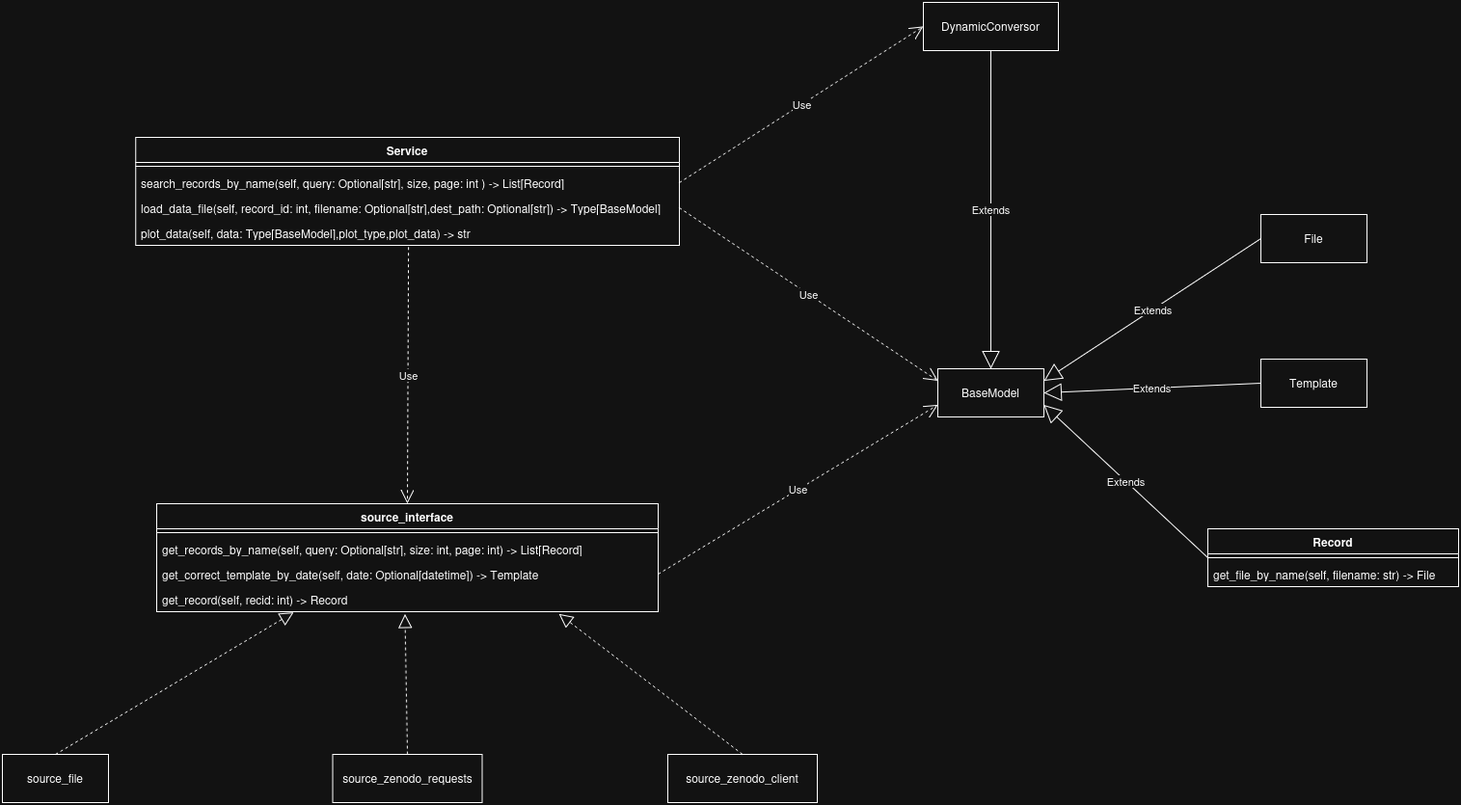
sergio-legazpi/hflav-python-library keeps this draw.io diagram as docs/Class Diagram.png. Above is the earlier version. Source tidied: cells renumbered, new cells last; positions are measured from the earlier drawing's top-left corner, leaving out a move shared by most shapes.
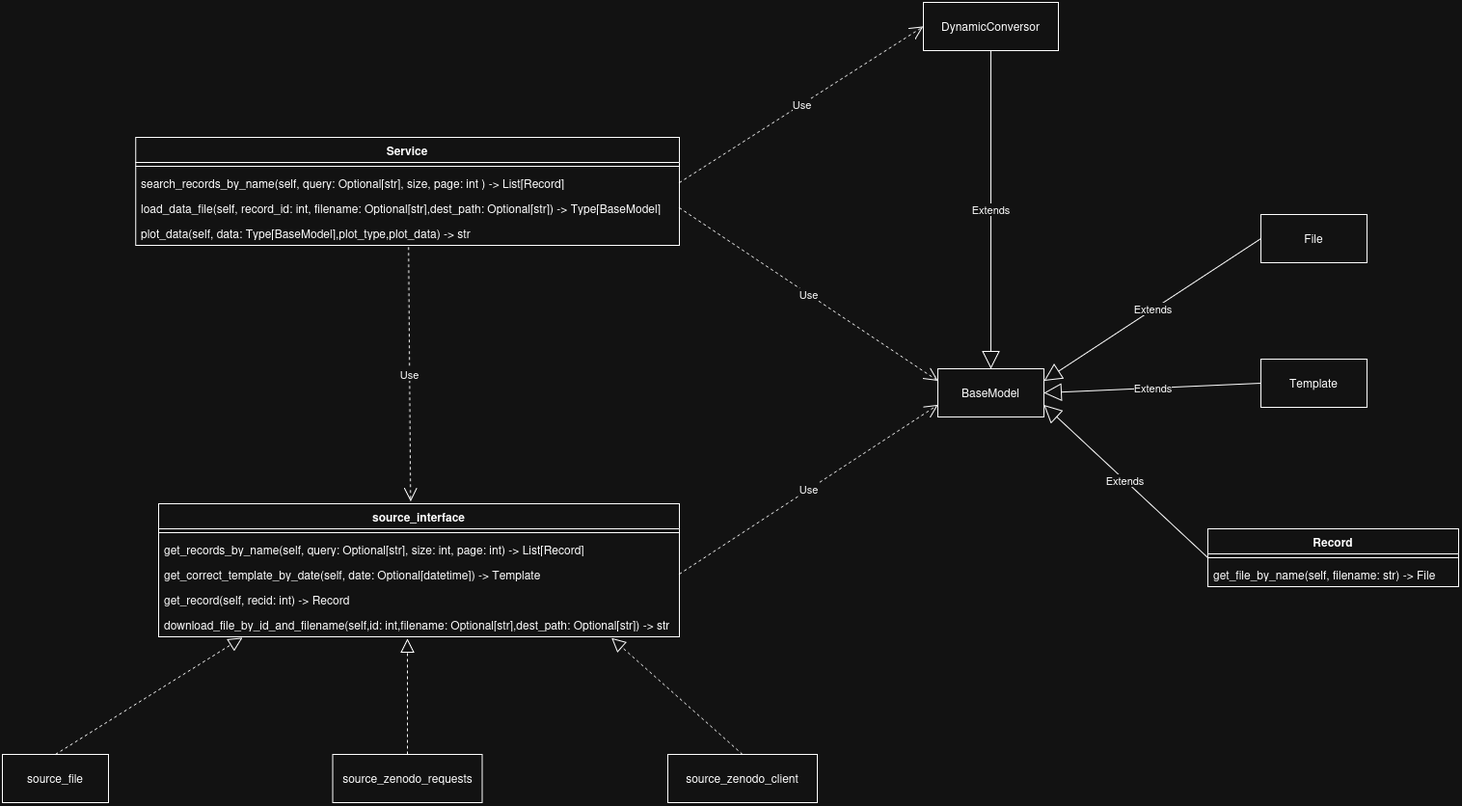
The same file after the commit.

Commit message:
Add new method to source_interface

What changed in the source:
```diff
@@ -3,36 +3,41 @@
     <mxCell id="0" />
     <mxCell id="1" parent="0" />
     <mxCell id="2" value="source_interface" style="swimlane;fontStyle=1;align=center;verticalAlign=top;horizontal=1;startSize=26;whiteSpace=wrap;html=1;" parent="1" vertex="1">
-      <mxGeometry x="160" y="520" width="520" height="112" as="geometry" />
+      <mxGeometry x="161.9" y="520" width="540" height="138" as="geometry" />
     </mxCell>
     <mxCell id="3" style="line;strokeWidth=1;fillColor=none;align=left;verticalAlign=middle;spacingTop=-1;spacingLeft=3;spacingRight=3;labelPosition=right;strokeColor=inherit;" parent="2" vertex="1">
-      <mxGeometry y="26" width="520" height="8" as="geometry" />
+      <mxGeometry y="26" width="540" height="8" as="geometry" />
     </mxCell>
     <mxCell id="4" value="get_records_by_name(self, query: Optional[str], size: int, page: int) -&amp;gt; List[Record]" style="text;strokeColor=none;fillColor=none;align=left;verticalAlign=top;spacingLeft=4;spacingRight=4;overflow=hidden;whiteSpace=wrap;html=1;" parent="2" vertex="1">
-      <mxGeometry y="34" width="520" height="26" as="geometry" />
+      <mxGeometry y="34" width="540" height="26" as="geometry" />
     </mxCell>
     <mxCell id="5" value="get_correct_template_by_date(self, date: Optional[datetime]) -&amp;gt; Template" style="text;strokeColor=none;fillColor=none;align=left;verticalAlign=top;spacingLeft=4;spacingRight=4;overflow=hidden;points=[[0,0.5],[1,0.5]];portConstraint=eastwest;whiteSpace=wrap;html=1;" parent="2" vertex="1">
-      <mxGeometry y="60" width="520" height="26" as="geometry" />
+      <mxGeometry y="60" width="540" height="26" as="geometry" />
     </mxCell>
     <mxCell id="6" value="get_record(self, recid: int) -&amp;gt; Record" style="text;strokeColor=none;fillColor=none;align=left;verticalAlign=top;spacingLeft=4;spacingRight=4;overflow=hidden;points=[[0,0.5],[1,0.5]];portConstraint=eastwest;whiteSpace=wrap;html=1;" parent="2" vertex="1">
-      <mxGeometry y="86" width="520" height="26" as="geometry" />
+      <mxGeometry y="86" width="540" height="26" as="geometry" />
     </mxCell>
+    <mxCell id="33" value="download_file_by_id_and_filename(self,id: int,filename: Optional[str],dest_path: Optional[str]) -&amp;gt; str" style="text;strokeColor=none;fillColor=none;align=left;verticalAlign=top;spacingLeft=4;spacingRight=4;overflow=hidden;points=[[0,0.5],[1,0.5]];portConstraint=eastwest;whiteSpace=wrap;html=1;" parent="2" vertex="1">
+      <mxGeometry y="112" width="540" height="26" as="geometry" />
+    </mxCell>
     <mxCell id="7" value="source_file" style="html=1;whiteSpace=wrap;" parent="1" vertex="1">
       <mxGeometry y="780" width="110" height="50" as="geometry" />
     </mxCell>
-    <mxCell id="8" style="endArrow=block;dashed=1;endFill=0;endSize=12;html=1;rounded=0;entryX=0.273;entryY=1.026;entryDx=0;entryDy=0;entryPerimeter=0;exitX=0.5;exitY=0;exitDx=0;exitDy=0;" parent="1" edge="1" source="7" target="6">
+    <mxCell id="8" style="endArrow=block;dashed=1;endFill=0;endSize=12;html=1;rounded=0;entryX=0.161;entryY=1.032;entryDx=0;entryDy=0;entryPerimeter=0;exitX=0.5;exitY=0;exitDx=0;exitDy=0;" parent="1" edge="1" source="7" target="33">
       <mxGeometry relative="1" as="geometry" />
     </mxCell>
     <mxCell id="9" value="source_zenodo_requests" style="html=1;whiteSpace=wrap;" parent="1" vertex="1">
       <mxGeometry x="342.5" y="780" width="155" height="50" as="geometry" />
     </mxCell>
-    <mxCell id="10" style="endArrow=block;dashed=1;endFill=0;endSize=12;html=1;rounded=0;entryX=0.495;entryY=1.087;entryDx=0;entryDy=0;entryPerimeter=0;exitX=0.5;exitY=0;exitDx=0;exitDy=0;" parent="1" edge="1" source="9" target="6">
-      <mxGeometry relative="1" as="geometry" />
+    <mxCell id="10" style="endArrow=block;dashed=1;endFill=0;endSize=12;html=1;rounded=0;exitX=0.5;exitY=0;exitDx=0;exitDy=0;" parent="1" edge="1" source="9">
+      <mxGeometry relative="1" as="geometry">
+        <mxPoint x="420" y="660" as="targetPoint" />
+      </mxGeometry>
     </mxCell>
     <mxCell id="11" value="source_zenodo_client" style="html=1;whiteSpace=wrap;" parent="1" vertex="1">
       <mxGeometry x="690" y="780" width="155" height="50" as="geometry" />
     </mxCell>
-    <mxCell id="12" style="endArrow=block;dashed=1;endFill=0;endSize=12;html=1;rounded=0;entryX=0.802;entryY=1.087;entryDx=0;entryDy=0;entryPerimeter=0;exitX=0.5;exitY=0;exitDx=0;exitDy=0;" parent="1" edge="1" source="11" target="6">
+    <mxCell id="12" style="endArrow=block;dashed=1;endFill=0;endSize=12;html=1;rounded=0;entryX=0.87;entryY=1.048;entryDx=0;entryDy=0;entryPerimeter=0;exitX=0.5;exitY=0;exitDx=0;exitDy=0;" parent="1" edge="1" source="11" target="33">
       <mxGeometry relative="1" as="geometry" />
     </mxCell>
     <mxCell id="13" value="BaseModel" style="html=1;whiteSpace=wrap;" parent="1" vertex="1">
@@ -80,7 +85,7 @@
     <mxCell id="27" value="plot_data(self, data: Type[BaseModel],plot_type,plot_data) -&amp;gt; str" style="text;strokeColor=none;fillColor=none;align=left;verticalAlign=top;spacingLeft=4;spacingRight=4;overflow=hidden;points=[[0,0.5],[1,0.5]];portConstraint=eastwest;whiteSpace=wrap;html=1;" parent="23" vertex="1">
       <mxGeometry y="86" width="563.8" height="26" as="geometry" />
     </mxCell>
-    <mxCell id="28" value="Use" style="endArrow=open;endSize=12;dashed=1;html=1;rounded=0;exitX=0.502;exitY=1.068;exitDx=0;exitDy=0;entryX=0.5;entryY=0;entryDx=0;entryDy=0;exitPerimeter=0;" parent="1" edge="1" source="27" target="2">
+    <mxCell id="28" value="Use" style="endArrow=open;endSize=12;dashed=1;html=1;rounded=0;exitX=0.502;exitY=1.068;exitDx=0;exitDy=0;entryX=0.484;entryY=-0.016;entryDx=0;entryDy=0;exitPerimeter=0;entryPerimeter=0;" parent="1" edge="1" source="27" target="2">
       <mxGeometry relative="1" as="geometry" />
     </mxCell>
     <mxCell id="29" value="Use" style="endArrow=open;endSize=12;dashed=1;html=1;rounded=0;entryX=0;entryY=0.25;entryDx=0;entryDy=0;exitX=1;exitY=0.5;exitDx=0;exitDy=0;" parent="1" edge="1" source="26" target="13">
```
